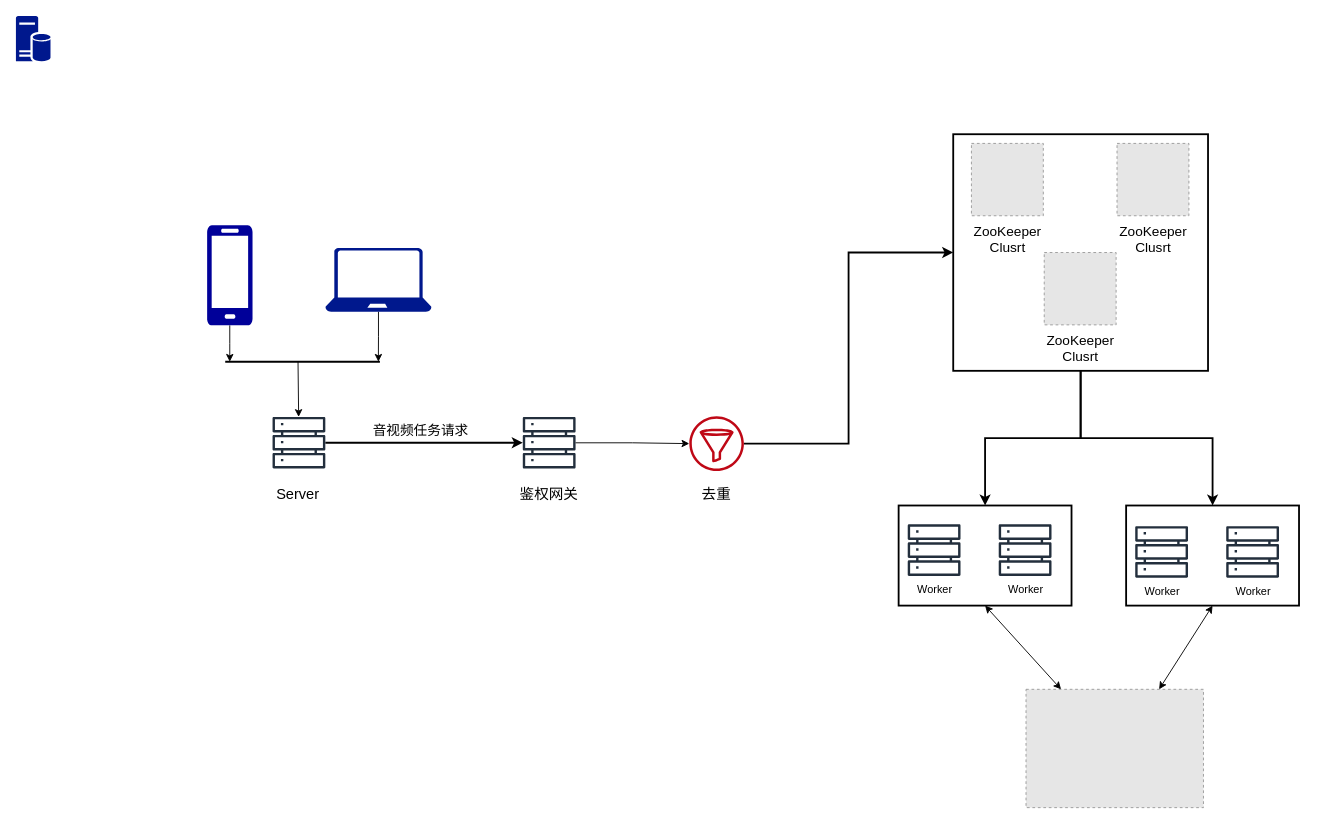
This is 未命名绘图.drawio from Chuhan1112/Chuhan1112.github.io, a draw.io file, before an edit. Source tidied: cells renumbered, new cells numbered last; positions are measured from the earlier drawing's top-left corner, leaving out a move shared by most shapes. Both pictures are drawn from the tidied source at 91%, with x=0, y=0 at pixel (15, 15). Pictures stored in the file or linked from it are replaced by grey dashed boxes.
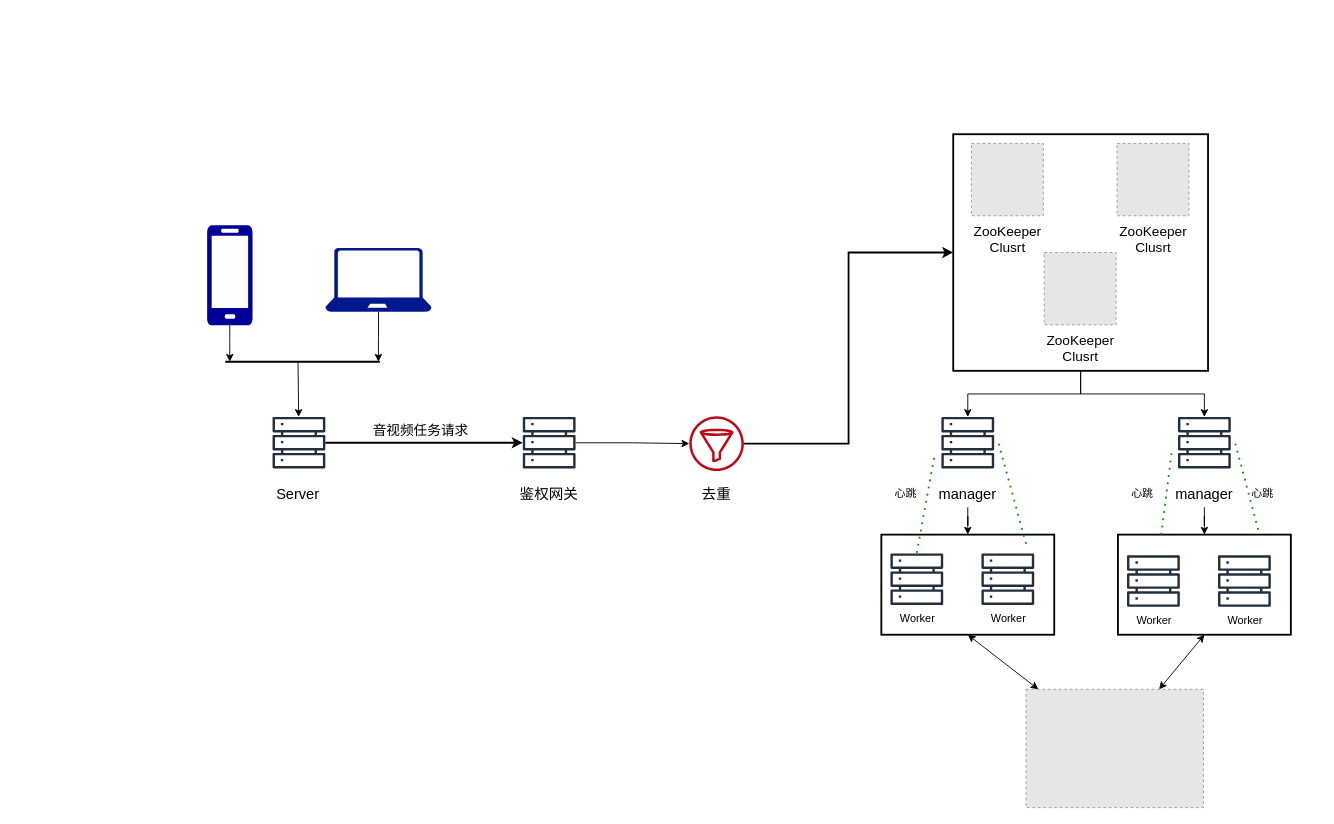
The same page after the edit.

Commit message:
更新未命名绘图.drawio

The change refers to these unchanged cells:
```xml
<mxCell id="24" style="rounded=0;whiteSpace=wrap;html=1;fillColor=none;strokeWidth=2;" parent="17" vertex="1">
  <mxGeometry width="190" height="110" as="geometry" />
</mxCell>
<mxCell id="32" style="rounded=0;whiteSpace=wrap;html=1;fillColor=none;strokeWidth=2;" parent="25" vertex="1">
  <mxGeometry width="190" height="110" as="geometry" />
</mxCell>
<mxCell id="51" style="rounded=0;whiteSpace=wrap;html=1;fillColor=none;strokeWidth=2;" parent="1" vertex="1">
  <mxGeometry x="1030" y="130" width="280" height="260" as="geometry" />
</mxCell>
```

The edit, as a diff of the source:
```diff
@@
-    <mxCell id="10" style="sketch=0;shadow=0;dashed=0;html=1;strokeColor=none;labelPosition=center;verticalLabelPosition=bottom;verticalAlign=top;align=center;fillColor=#00188D;shape=mxgraph.mscae.enterprise.database_server;" parent="1" vertex="1">
-      <mxGeometry width="38" height="50" as="geometry" />
-    </mxCell>
@@
     <mxCell id="17" style="group;" parent="1" vertex="1">
-      <mxGeometry x="970" y="538" width="190" height="110" as="geometry" />
+      <mxGeometry x="951" y="570" width="190" height="110" as="geometry" />
     </mxCell>
@@
     <mxCell id="25" style="group;" parent="1" vertex="1">
-      <mxGeometry x="1220" y="538" width="190" height="110" as="geometry" />
+      <mxGeometry x="1211" y="570" width="190" height="110" as="geometry" />
     </mxCell>
@@
-    <mxCell id="49" style="edgeStyle=orthogonalEdgeStyle;rounded=0;jettySize=auto;html=1;exitX=0.5;exitY=1;exitDx=0;exitDy=0;entryX=0.5;entryY=0;entryDx=0;entryDy=0;strokeWidth=2;" parent="1" edge="1" source="51" target="24">
-      <mxGeometry relative="1" as="geometry" />
-    </mxCell>
-    <mxCell id="50" style="edgeStyle=orthogonalEdgeStyle;rounded=0;jettySize=auto;html=1;exitX=0.5;exitY=1;exitDx=0;exitDy=0;entryX=0.5;entryY=0;entryDx=0;entryDy=0;strokeWidth=2;jumpStyle=none;" parent="1" edge="1" source="51" target="32">
-      <mxGeometry relative="1" as="geometry" />
-    </mxCell>
+    <mxCell id="52" style="edgeStyle=orthogonalEdgeStyle;rounded=0;jettySize=auto;html=1;exitX=0.5;exitY=1;exitDx=0;exitDy=0;" parent="1" edge="1" source="51" target="55">
+      <mxGeometry relative="1" as="geometry" />
+    </mxCell>
+    <mxCell id="53" style="edgeStyle=orthogonalEdgeStyle;rounded=0;jettySize=auto;html=1;" parent="1" edge="1" source="51" target="58">
+      <mxGeometry relative="1" as="geometry" />
+    </mxCell>
@@
+    <mxCell id="54" style="group;" parent="1" vertex="1">
+      <mxGeometry x="1000" y="440" width="92" height="100" as="geometry" />
+    </mxCell>
+    <mxCell id="55" style="sketch=0;outlineConnect=0;fontColor=#232F3E;gradientColor=none;fillColor=#232F3D;strokeColor=none;dashed=0;verticalLabelPosition=bottom;verticalAlign=top;align=center;html=1;fontSize=12;fontStyle=0;shape=mxgraph.aws4.servers;" parent="54" vertex="1">
+      <mxGeometry x="17" width="58" height="58" as="geometry" />
+    </mxCell>
+    <mxCell id="56" value="&lt;font style=&quot;font-size: 16px;&quot;&gt;manager&lt;/font&gt;" style="text;html=1;strokeColor=none;fillColor=none;align=center;verticalAlign=middle;whiteSpace=wrap;rounded=0;" parent="54" vertex="1">
+      <mxGeometry y="70" width="92" height="30" as="geometry" />
+    </mxCell>
+    <mxCell id="57" style="group;" parent="1" vertex="1">
+      <mxGeometry x="1260" y="440" width="92" height="100" as="geometry" />
+    </mxCell>
+    <mxCell id="58" style="sketch=0;outlineConnect=0;fontColor=#232F3E;gradientColor=none;fillColor=#232F3D;strokeColor=none;dashed=0;verticalLabelPosition=bottom;verticalAlign=top;align=center;html=1;fontSize=12;fontStyle=0;shape=mxgraph.aws4.servers;" parent="57" vertex="1">
+      <mxGeometry x="17" width="58" height="58" as="geometry" />
+    </mxCell>
+    <mxCell id="59" value="&lt;font style=&quot;font-size: 16px;&quot;&gt;manager&lt;/font&gt;" style="text;html=1;strokeColor=none;fillColor=none;align=center;verticalAlign=middle;whiteSpace=wrap;rounded=0;" parent="57" vertex="1">
+      <mxGeometry y="70" width="92" height="30" as="geometry" />
+    </mxCell>
+    <mxCell id="60" value="心跳" style="text;strokeColor=none;fillColor=none;align=left;verticalAlign=middle;spacingLeft=4;spacingRight=4;overflow=hidden;whiteSpace=wrap;html=1;" parent="57" vertex="1">
+      <mxGeometry x="-40" y="70" width="80" height="30" as="geometry" />
+    </mxCell>
+    <mxCell id="61" style="edgeStyle=orthogonalEdgeStyle;rounded=0;jettySize=auto;html=1;exitX=0.5;exitY=1;exitDx=0;exitDy=0;" parent="1" edge="1" source="56" target="24">
+      <mxGeometry relative="1" as="geometry" />
+    </mxCell>
+    <mxCell id="62" style="edgeStyle=orthogonalEdgeStyle;rounded=0;jettySize=auto;html=1;exitX=0.5;exitY=1;exitDx=0;exitDy=0;" parent="1" edge="1" source="59" target="32">
+      <mxGeometry relative="1" as="geometry" />
+    </mxCell>
+    <mxCell id="63" style="endArrow=none;dashed=1;html=1;dashPattern=1 3;strokeWidth=2;rounded=0;exitX=0.205;exitY=0.182;exitDx=0;exitDy=0;exitPerimeter=0;strokeColor=#009900;" parent="1" edge="1" source="24">
+      <mxGeometry relative="1" as="geometry">
+        <mxPoint x="1010" y="480" as="targetPoint" />
+      </mxGeometry>
+    </mxCell>
+    <mxCell id="64" style="endArrow=none;dashed=1;html=1;dashPattern=1 3;strokeWidth=2;rounded=0;strokeColor=#009900;" parent="1" edge="1">
+      <mxGeometry relative="1" as="geometry">
+        <mxPoint x="1110" y="580" as="sourcePoint" />
+        <mxPoint x="1080" y="470" as="targetPoint" />
+      </mxGeometry>
+    </mxCell>
+    <mxCell id="65" style="endArrow=none;dashed=1;html=1;dashPattern=1 3;strokeWidth=2;rounded=0;exitX=0.25;exitY=0;exitDx=0;exitDy=0;strokeColor=#009900;" parent="1" edge="1" source="32">
+      <mxGeometry relative="1" as="geometry">
+        <mxPoint x="1270" y="480" as="targetPoint" />
+      </mxGeometry>
+    </mxCell>
+    <mxCell id="66" style="endArrow=none;dashed=1;html=1;dashPattern=1 3;strokeWidth=2;rounded=0;entryX=0.819;entryY=0.001;entryDx=0;entryDy=0;entryPerimeter=0;strokeColor=#009900;" parent="1" edge="1" target="32">
+      <mxGeometry relative="1" as="geometry">
+        <mxPoint x="1340" y="470" as="sourcePoint" />
+      </mxGeometry>
+    </mxCell>
+    <mxCell id="67" value="心跳" style="text;strokeColor=none;fillColor=none;align=left;verticalAlign=middle;spacingLeft=4;spacingRight=4;overflow=hidden;whiteSpace=wrap;html=1;" parent="1" vertex="1">
+      <mxGeometry x="960" y="510" width="80" height="30" as="geometry" />
+    </mxCell>
+    <mxCell id="68" value="心跳" style="text;strokeColor=none;fillColor=none;align=left;verticalAlign=middle;spacingLeft=4;spacingRight=4;overflow=hidden;whiteSpace=wrap;html=1;" parent="1" vertex="1">
+      <mxGeometry x="1352" y="510" width="80" height="30" as="geometry" />
+    </mxCell>
```
